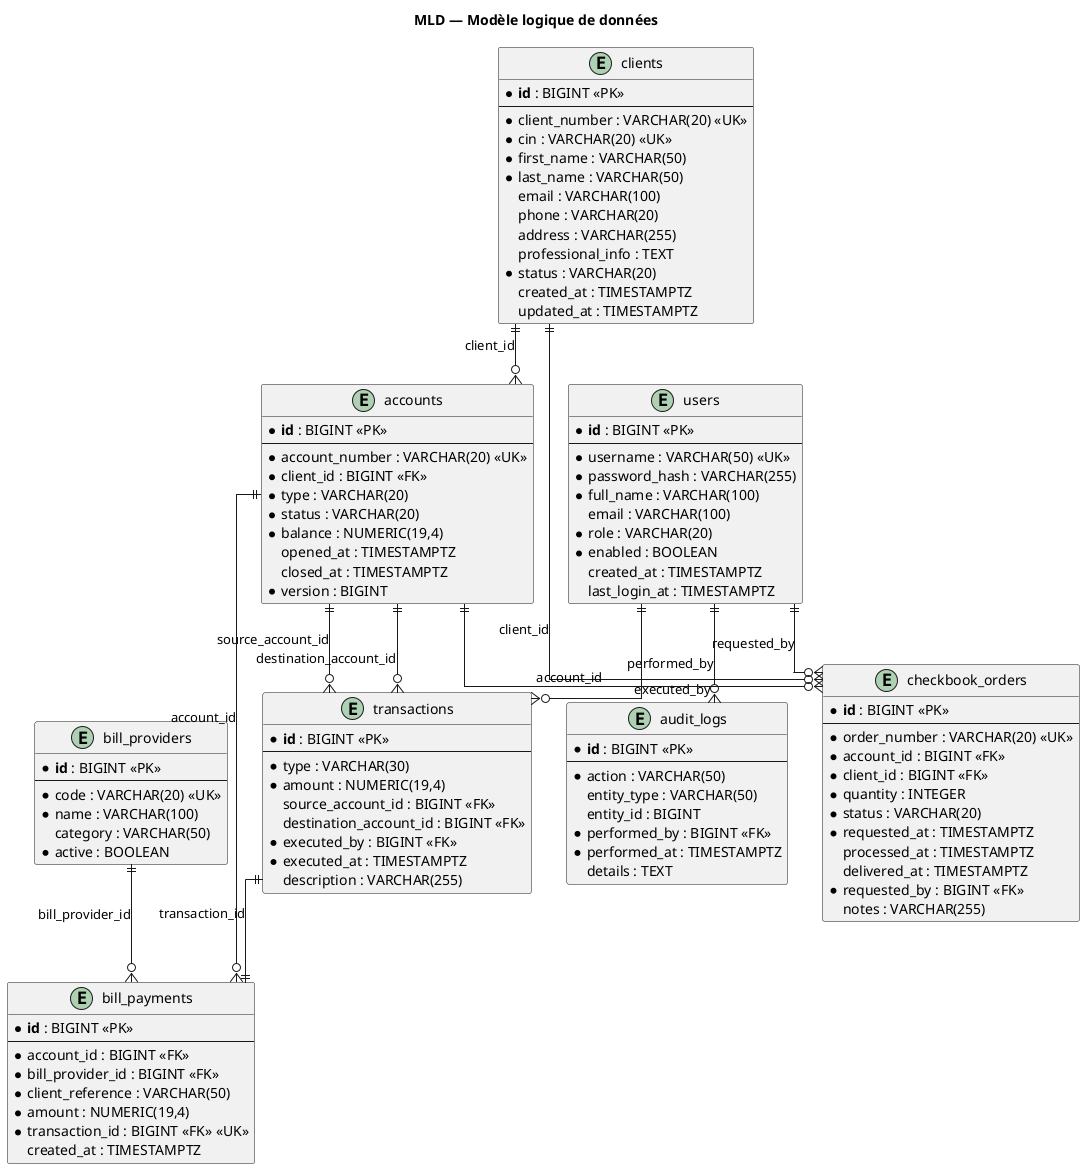
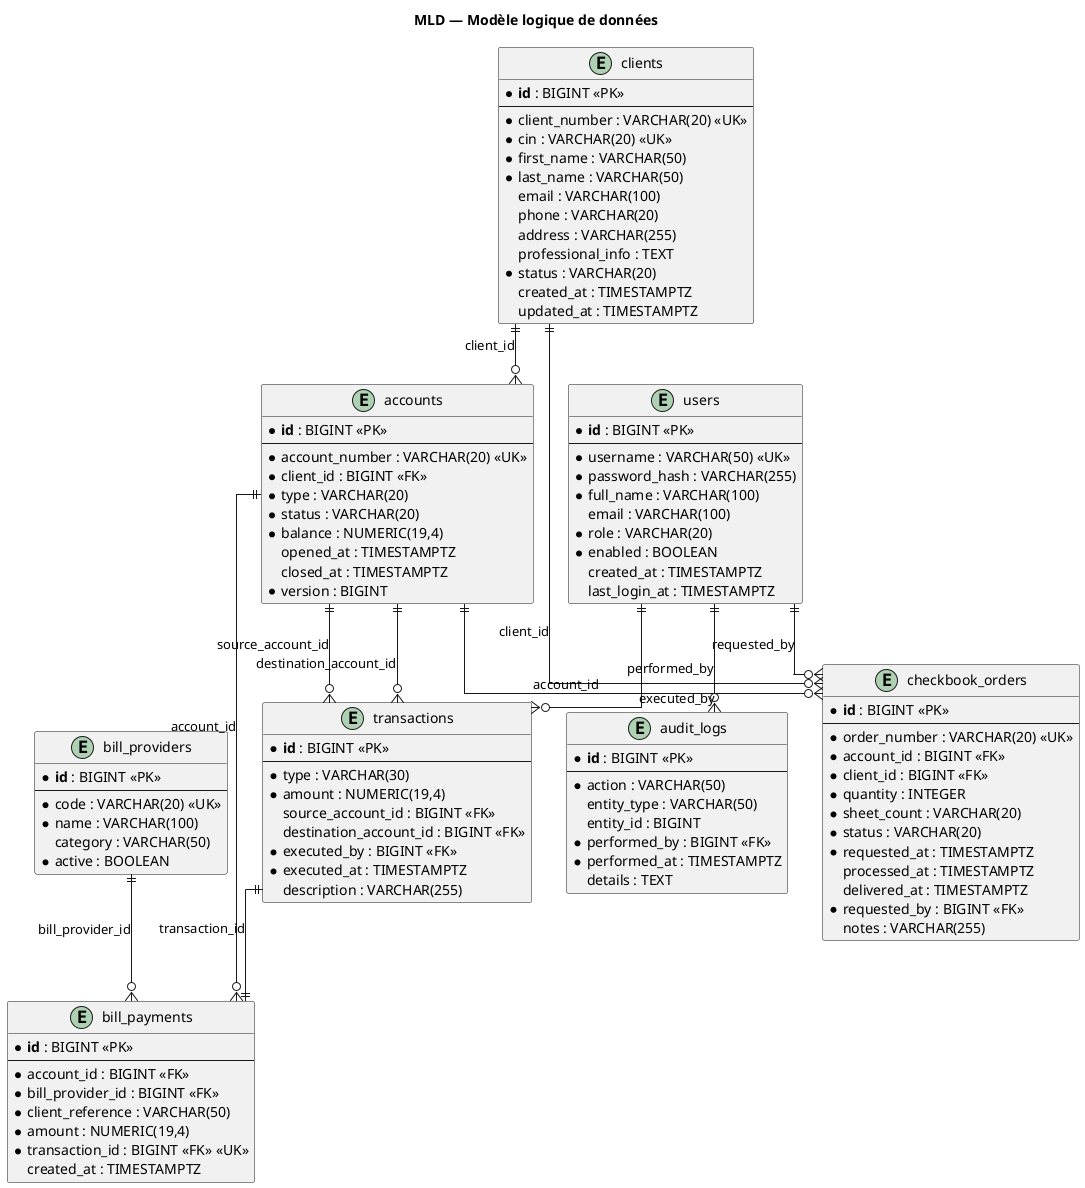
@startuml MLD
skinparam shadowing false
skinparam linetype ortho

title MLD — Modèle logique de données

entity "users" as users {
  * **id** : BIGINT <<PK>>
  --
  * username : VARCHAR(50) <<UK>>
  * password_hash : VARCHAR(255)
  * full_name : VARCHAR(100)
  email : VARCHAR(100)
  * role : VARCHAR(20)
  * enabled : BOOLEAN
  created_at : TIMESTAMPTZ
  last_login_at : TIMESTAMPTZ
}

entity "clients" as clients {
  * **id** : BIGINT <<PK>>
  --
  * client_number : VARCHAR(20) <<UK>>
  * cin : VARCHAR(20) <<UK>>
  * first_name : VARCHAR(50)
  * last_name : VARCHAR(50)
  email : VARCHAR(100)
  phone : VARCHAR(20)
  address : VARCHAR(255)
  professional_info : TEXT
  * status : VARCHAR(20)
  created_at : TIMESTAMPTZ
  updated_at : TIMESTAMPTZ
}

entity "accounts" as accounts {
  * **id** : BIGINT <<PK>>
  --
  * account_number : VARCHAR(20) <<UK>>
  * client_id : BIGINT <<FK>>
  * type : VARCHAR(20)
  * status : VARCHAR(20)
  * balance : NUMERIC(19,4)
  opened_at : TIMESTAMPTZ
  closed_at : TIMESTAMPTZ
  * version : BIGINT
}

entity "transactions" as transactions {
  * **id** : BIGINT <<PK>>
  --
  * type : VARCHAR(30)
  * amount : NUMERIC(19,4)
  source_account_id : BIGINT <<FK>>
  destination_account_id : BIGINT <<FK>>
  * executed_by : BIGINT <<FK>>
  * executed_at : TIMESTAMPTZ
  description : VARCHAR(255)
}

entity "bill_providers" as bill_providers {
  * **id** : BIGINT <<PK>>
  --
  * code : VARCHAR(20) <<UK>>
  * name : VARCHAR(100)
  category : VARCHAR(50)
  * active : BOOLEAN
}

entity "bill_payments" as bill_payments {
  * **id** : BIGINT <<PK>>
  --
  * account_id : BIGINT <<FK>>
  * bill_provider_id : BIGINT <<FK>>
  * client_reference : VARCHAR(50)
  * amount : NUMERIC(19,4)
  * transaction_id : BIGINT <<FK>> <<UK>>
  created_at : TIMESTAMPTZ
}

entity "checkbook_orders" as checkbook_orders {
  * **id** : BIGINT <<PK>>
  --
  * order_number : VARCHAR(20) <<UK>>
  * account_id : BIGINT <<FK>>
  * client_id : BIGINT <<FK>>
  * quantity : INTEGER
+   * sheet_count : VARCHAR(20)
  * status : VARCHAR(20)
  * requested_at : TIMESTAMPTZ
  processed_at : TIMESTAMPTZ
  delivered_at : TIMESTAMPTZ
  * requested_by : BIGINT <<FK>>
  notes : VARCHAR(255)
}

entity "audit_logs" as audit_logs {
  * **id** : BIGINT <<PK>>
  --
  * action : VARCHAR(50)
  entity_type : VARCHAR(50)
  entity_id : BIGINT
  * performed_by : BIGINT <<FK>>
  * performed_at : TIMESTAMPTZ
  details : TEXT
}

clients ||--o{ accounts : client_id
clients ||--o{ checkbook_orders : client_id
users ||--o{ transactions : executed_by
users ||--o{ checkbook_orders : requested_by
users ||--o{ audit_logs : performed_by
accounts ||--o{ transactions : source_account_id
accounts ||--o{ transactions : destination_account_id
accounts ||--o{ bill_payments : account_id
accounts ||--o{ checkbook_orders : account_id
bill_providers ||--o{ bill_payments : bill_provider_id
transactions ||--|| bill_payments : transaction_id

@enduml
